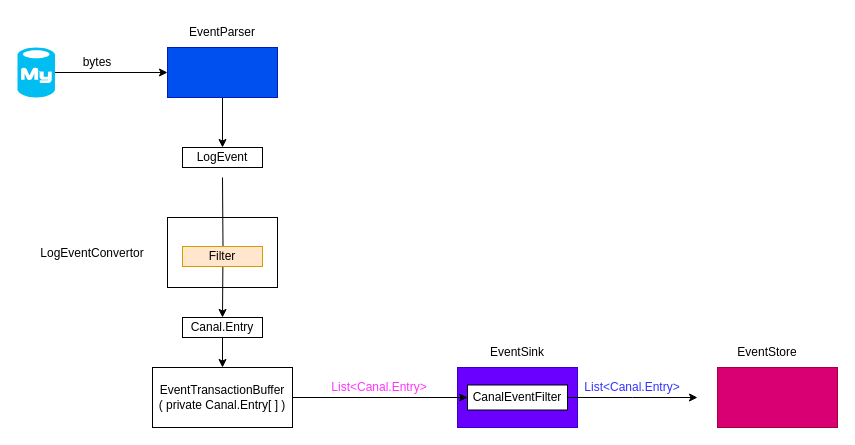
Earlier version of the draw.io diagram canal/过滤.drawio (coveyliu/draw). Source tidied: cells renumbered, new cells numbered last; positions are measured from the earlier drawing's top-left corner, leaving out a move shared by most shapes. Both pictures are drawn from the tidied source at 100%, with x=0, y=0 at pixel (17, 17).
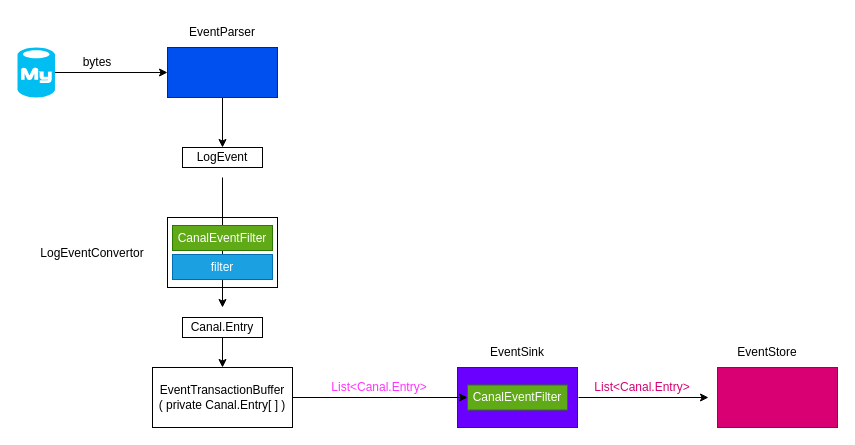
Above is the later version.

Unchanged cells that the change refers to:
```xml
<mxCell id="13" value="Canal.Entry" style="rounded=0;whiteSpace=wrap;html=1;" parent="1" vertex="1">
  <mxGeometry x="165" y="300" width="80" height="20" as="geometry" />
</mxCell>
```

Diff of the diagram source:
```diff
@@
-    <mxCell id="10" style="edgeStyle=orthogonalEdgeStyle;rounded=0;jettySize=auto;html=1;entryX=0.5;entryY=0;entryDx=0;entryDy=0;" parent="1" edge="1" target="13">
-      <mxGeometry relative="1" as="geometry">
-        <mxPoint x="205" y="160" as="sourcePoint" />
-      </mxGeometry>
-    </mxCell>
@@
-    <mxCell id="14" value="Filter" style="rounded=0;whiteSpace=wrap;html=1;fillColor=#ffe6cc;strokeColor=#d79b00;" parent="1" vertex="1">
-      <mxGeometry x="165" y="229" width="80" height="20" as="geometry" />
-    </mxCell>
@@
-    <mxCell id="19" style="edgeStyle=orthogonalEdgeStyle;rounded=0;jettySize=auto;html=1;" parent="1" edge="1" source="20">
+    <mxCell id="19" style="edgeStyle=orthogonalEdgeStyle;rounded=0;orthogonalLoop=1;jettySize=auto;html=1;" parent="1" edge="1">
       <mxGeometry relative="1" as="geometry">
-        <mxPoint x="680" y="380" as="targetPoint" />
+        <mxPoint x="561" y="380" as="sourcePoint" />
+        <mxPoint x="691" y="380" as="targetPoint" />
       </mxGeometry>
     </mxCell>
-    <mxCell id="20" value="CanalEventFilter" style="rounded=0;whiteSpace=wrap;html=1;" parent="1" vertex="1">
+    <mxCell id="20" value="CanalEventFilter" style="rounded=0;whiteSpace=wrap;html=1;fillColor=#60a917;fontColor=#ffffff;strokeColor=#2D7600;" parent="1" vertex="1">
       <mxGeometry x="450" y="367.5" width="100" height="25" as="geometry" />
     </mxCell>
@@
-    <mxCell id="22" value="List&amp;lt;Canal.Entry&amp;gt;" style="text;html=1;strokeColor=none;fillColor=none;align=center;verticalAlign=middle;whiteSpace=wrap;rounded=0;fontColor=#3333FF;" parent="1" vertex="1">
-      <mxGeometry x="580" y="355" width="70" height="30" as="geometry" />
+    <mxCell id="22" value="List&amp;lt;Canal.Entry&amp;gt;" style="text;html=1;strokeColor=none;fillColor=none;align=center;verticalAlign=middle;whiteSpace=wrap;rounded=0;fontColor=#d80073;" parent="1" vertex="1">
+      <mxGeometry x="590" y="355" width="70" height="30" as="geometry" />
     </mxCell>
@@
+    <mxCell id="25" style="edgeStyle=orthogonalEdgeStyle;rounded=0;orthogonalLoop=1;jettySize=auto;html=1;" parent="1" edge="1">
+      <mxGeometry relative="1" as="geometry">
+        <mxPoint x="205" y="160" as="sourcePoint" />
+        <mxPoint x="205" y="290" as="targetPoint" />
+      </mxGeometry>
+    </mxCell>
+    <mxCell id="26" value="CanalEventFilter" style="rounded=0;whiteSpace=wrap;html=1;fillColor=#60a917;fontColor=#ffffff;strokeColor=#2D7600;" parent="1" vertex="1">
+      <mxGeometry x="155" y="208" width="100" height="25" as="geometry" />
+    </mxCell>
+    <mxCell id="27" value="filter" style="rounded=0;whiteSpace=wrap;html=1;fillColor=#1ba1e2;fontColor=#ffffff;strokeColor=#006EAF;" parent="1" vertex="1">
+      <mxGeometry x="155" y="237" width="100" height="25" as="geometry" />
+    </mxCell>
```
